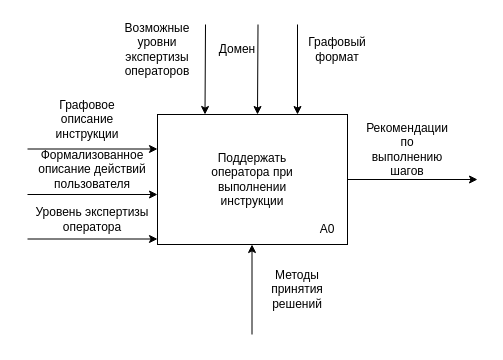
This is slides/assets/idef1.drawio from Jarozin/diplom, a draw.io file, before an edit. Source tidied: cells renumbered, new cells numbered last; positions are measured from the earlier drawing's top-left corner, leaving out a move shared by most shapes. Both pictures are drawn from the tidied source at 100%, with x=0, y=0 at pixel (17, 24).
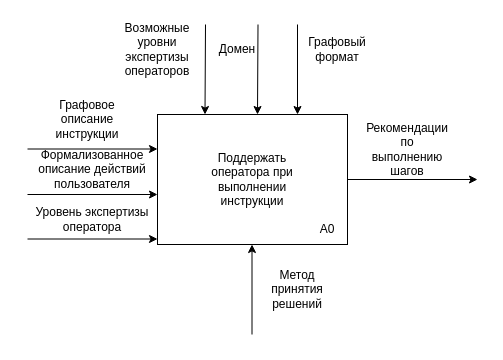
The same diagram, later.

Diff of the diagram source:
```diff
@@
-    <mxCell id="16" value="Методы принятия решений" style="text;html=1;align=center;verticalAlign=middle;whiteSpace=wrap;rounded=0;" parent="1" vertex="1">
+    <mxCell id="16" value="Метод принятия решений" style="text;html=1;align=center;verticalAlign=middle;whiteSpace=wrap;rounded=0;" parent="1" vertex="1">
       <mxGeometry x="250" y="250" width="60" height="30" as="geometry" />
     </mxCell>
```
